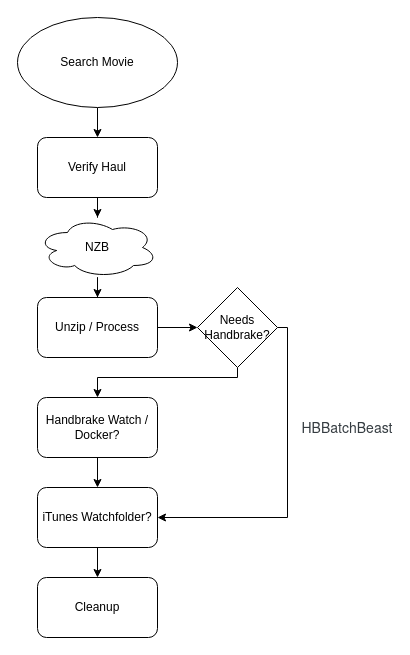
Above: Movie Automation.drawio in sleeperninja/MovieAutomation (draw.io), before the change. Source tidied: cells renumbered, new cells numbered last; positions are measured from the earlier drawing's top-left corner, leaving out a move shared by most shapes. Both pictures are drawn from the tidied source at 100%, with x=0, y=0 at pixel (17, 17).
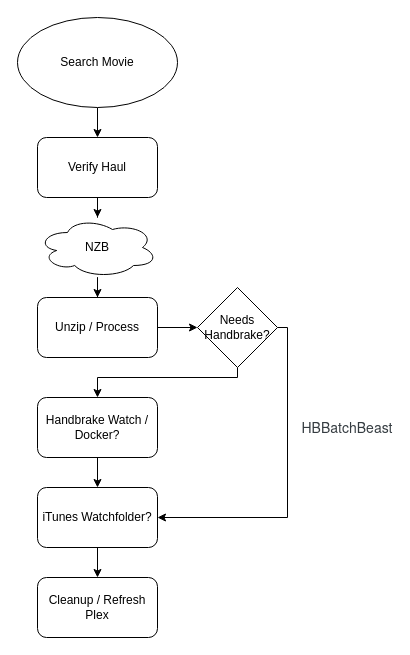
The same diagram, later.

What changed in the source:
```diff
@@
-    <mxCell id="12" value="Cleanup" style="rounded=1;whiteSpace=wrap;html=1;" parent="1" vertex="1">
+    <mxCell id="12" value="Cleanup / Refresh Plex" style="rounded=1;whiteSpace=wrap;html=1;" parent="1" vertex="1">
       <mxGeometry x="20" y="560" width="120" height="60" as="geometry" />
     </mxCell>
```
